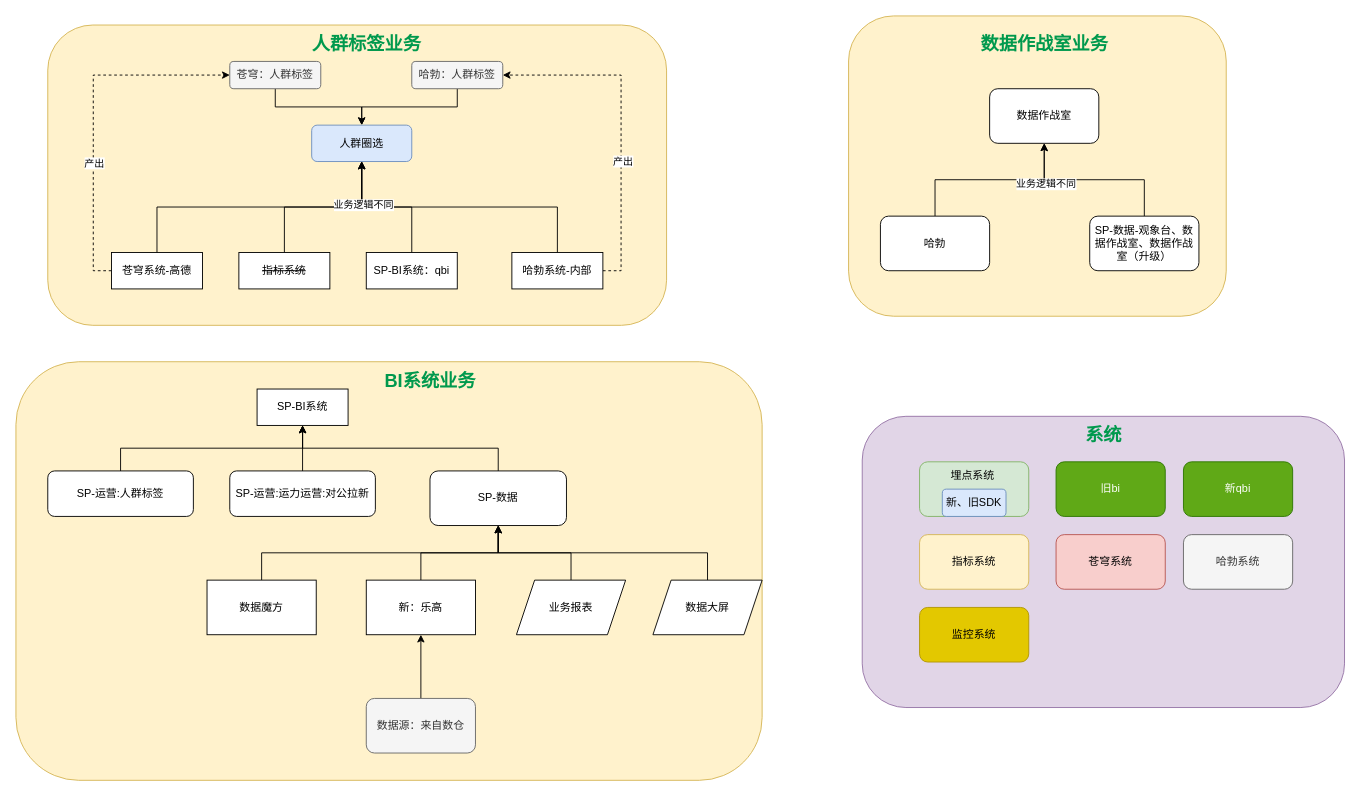
This is 现有架构.drawio from wbbhacker/drawFile, a draw.io file, before an edit. Source tidied: cells renumbered, new cells numbered last; positions are measured from the earlier drawing's top-left corner, leaving out a move shared by most shapes. Both pictures are drawn from the tidied source at 91%, with x=0, y=0 at pixel (15, 15).
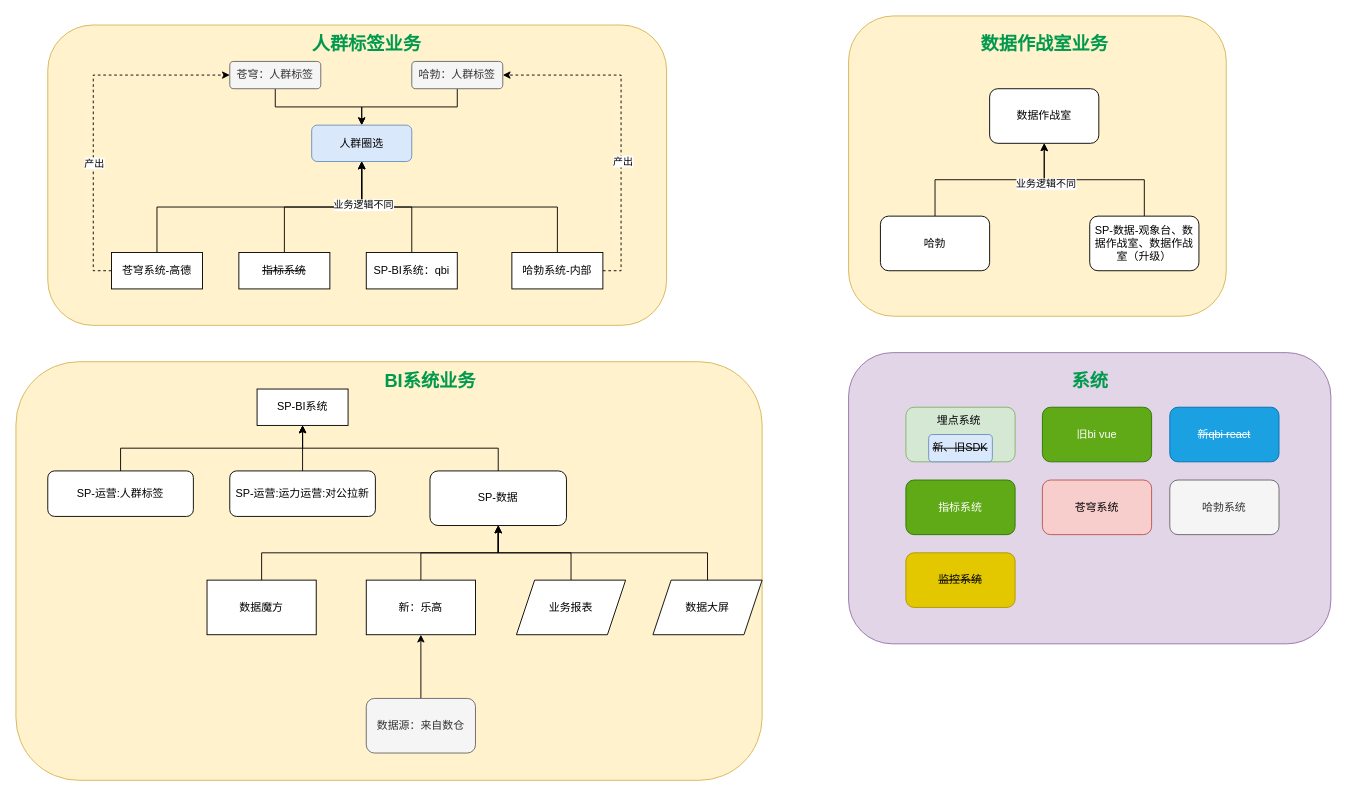
Above is the later version.

Commit message:
更新现有架构.drawio

Diff of the diagram source:
```diff
@@
     <mxCell id="3" style="rounded=1;whiteSpace=wrap;html=1;fillColor=#e1d5e7;strokeColor=#9673a6;" parent="1" vertex="1">
-      <mxGeometry x="930" y="440" width="530" height="320" as="geometry" />
+      <mxGeometry x="915" y="370" width="530" height="320" as="geometry" />
     </mxCell>
@@
-    <mxCell id="50" value="旧bi" style="rounded=1;whiteSpace=wrap;html=1;fillColor=#60a917;strokeColor=#2D7600;fontColor=#ffffff;" parent="1" vertex="1">
-      <mxGeometry x="1143" y="490" width="120" height="60" as="geometry" />
+    <mxCell id="50" value="旧bi vue" style="rounded=1;whiteSpace=wrap;html=1;fillColor=#60a917;strokeColor=#2D7600;fontColor=#ffffff;" parent="1" vertex="1">
+      <mxGeometry x="1128" y="430" width="120" height="60" as="geometry" />
     </mxCell>
-    <mxCell id="51" value="新qbi" style="rounded=1;whiteSpace=wrap;html=1;fillColor=#60a917;strokeColor=#2D7600;fontColor=#ffffff;" parent="1" vertex="1">
-      <mxGeometry x="1283" y="490" width="120" height="60" as="geometry" />
+    <mxCell id="51" value="&lt;strike&gt;新qbi react&lt;/strike&gt;" style="rounded=1;whiteSpace=wrap;html=1;fillColor=#1ba1e2;strokeColor=#006EAF;fontColor=#ffffff;" parent="1" vertex="1">
+      <mxGeometry x="1268" y="430" width="120" height="60" as="geometry" />
     </mxCell>
-    <mxCell id="52" value="指标系统" style="rounded=1;whiteSpace=wrap;html=1;fillColor=#fff2cc;strokeColor=#d6b656;" parent="1" vertex="1">
-      <mxGeometry x="993" y="570" width="120" height="60" as="geometry" />
+    <mxCell id="52" value="指标系统" style="rounded=1;whiteSpace=wrap;html=1;fillColor=#60a917;strokeColor=#2D7600;fontColor=#ffffff;" parent="1" vertex="1">
+      <mxGeometry x="978" y="510" width="120" height="60" as="geometry" />
     </mxCell>
     <mxCell id="53" value="苍穹系统" style="rounded=1;whiteSpace=wrap;html=1;fillColor=#f8cecc;strokeColor=#b85450;" parent="1" vertex="1">
-      <mxGeometry x="1143" y="570" width="120" height="60" as="geometry" />
+      <mxGeometry x="1128" y="510" width="120" height="60" as="geometry" />
     </mxCell>
     <mxCell id="54" value="哈勃系统" style="rounded=1;whiteSpace=wrap;html=1;fillColor=#f5f5f5;fontColor=#333333;strokeColor=#666666;" parent="1" vertex="1">
-      <mxGeometry x="1283" y="570" width="120" height="60" as="geometry" />
+      <mxGeometry x="1268" y="510" width="120" height="60" as="geometry" />
     </mxCell>
-    <mxCell id="55" value="监控系统" style="rounded=1;whiteSpace=wrap;html=1;fillColor=#e3c800;fontColor=#000000;strokeColor=#B09500;" parent="1" vertex="1">
-      <mxGeometry x="993" y="650" width="120" height="60" as="geometry" />
+    <mxCell id="55" value="&lt;strike&gt;监控系统&lt;/strike&gt;" style="rounded=1;whiteSpace=wrap;html=1;fillColor=#e3c800;fontColor=#000000;strokeColor=#B09500;" parent="1" vertex="1">
+      <mxGeometry x="978" y="590" width="120" height="60" as="geometry" />
     </mxCell>
     <mxCell id="56" style="group;" parent="1" vertex="1">
-      <mxGeometry x="993" y="490" width="120" height="60" as="geometry" />
+      <mxGeometry x="978" y="430" width="120" height="60" as="geometry" />
     </mxCell>
@@
-    <mxCell id="58" value="新、旧SDK" style="rounded=1;whiteSpace=wrap;html=1;fillColor=#dae8fc;strokeColor=#6c8ebf;" parent="56" vertex="1">
+    <mxCell id="58" value="&lt;strike&gt;新、旧SDK&lt;/strike&gt;" style="rounded=1;whiteSpace=wrap;html=1;fillColor=#dae8fc;strokeColor=#6c8ebf;" parent="56" vertex="1">
       <mxGeometry x="25" y="30" width="70" height="30" as="geometry" />
     </mxCell>
@@
     <mxCell id="61" value="&lt;font color=&quot;#00994d&quot;&gt;&lt;span style=&quot;font-size: 20px;&quot;&gt;&lt;b&gt;系统&lt;/b&gt;&lt;/span&gt;&lt;/font&gt;" style="text;html=1;align=center;verticalAlign=middle;strokeColor=none;fillColor=none;" parent="1" vertex="1">
-      <mxGeometry x="1165" y="440" width="60" height="40" as="geometry" />
+      <mxGeometry x="1150" y="380" width="60" height="40" as="geometry" />
     </mxCell>
```
